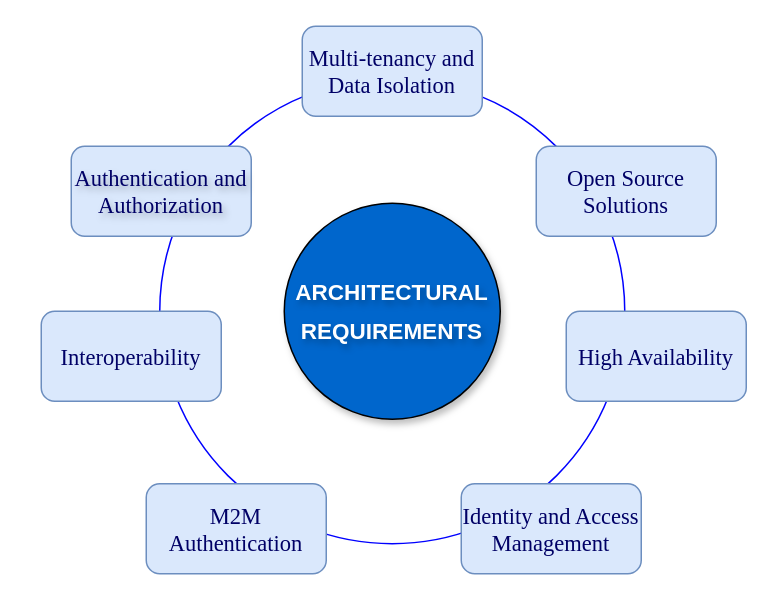
Before: images/requirements.drawio in davidespada99/Master-Thesis, a draw.io diagram. Source tidied: cells renumbered, new cells numbered last; positions are measured from the earlier drawing's top-left corner, leaving out a move shared by most shapes. Both pictures are drawn from the tidied source at 150%, with x=0, y=0 at pixel (40, 26).
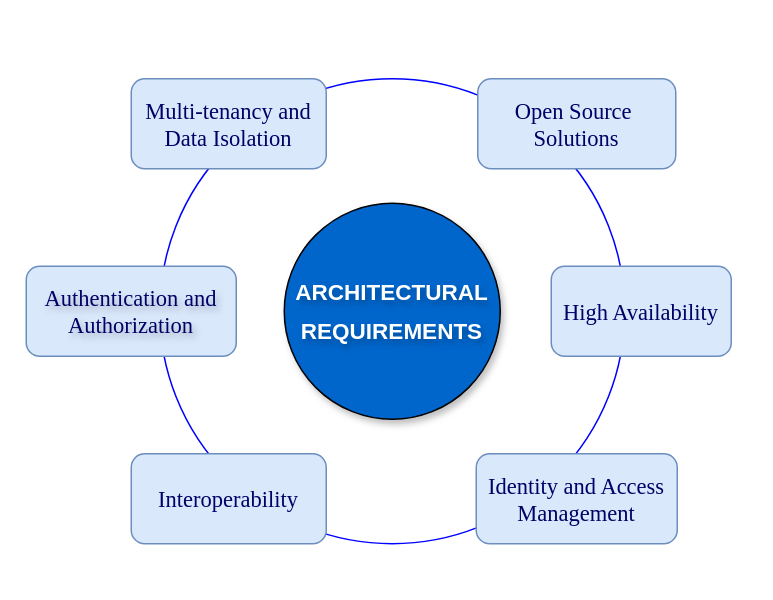
The same diagram, later.

Change to the diagram source:
```diff
@@
 <mxGraphModel>
   <root>
     <mxCell id="0" />
     <mxCell id="1" parent="0" />
     <mxCell id="2" style="ellipse;whiteSpace=wrap;html=1;strokeColor=#0000FF;" parent="1" vertex="1">
       <mxGeometry x="79" y="35" width="310" height="310" as="geometry" />
     </mxCell>
     <mxCell id="3" value="&lt;font face=&quot;EB Garamond&quot; style=&quot;color: rgb(255, 255, 255); font-size: 15px;&quot;&gt;&lt;b style=&quot;line-height: 170%;&quot;&gt;ARCHITECTURAL REQUIREMENTS&lt;/b&gt;&lt;/font&gt;" style="ellipse;whiteSpace=wrap;html=1;fillColor=light-dark(#0066CC,#EDEDED);shadow=1;labelBackgroundColor=none;labelBorderColor=none;textShadow=1;" parent="1" vertex="1">
       <mxGeometry x="162" y="118" width="144" height="144" as="geometry" />
     </mxCell>
     <mxCell id="4" value="Authentication and Authorization" style="rounded=1;whiteSpace=wrap;html=1;labelBorderColor=none;textShadow=1;fillColor=#dae8fc;strokeColor=#6c8ebf;align=center;verticalAlign=middle;fontFamily=Times New Roman;fontSize=15;fontColor=#000066;" parent="1" vertex="1">
-      <mxGeometry x="20" y="80" width="120" height="60" as="geometry" />
+      <mxGeometry x="-10" y="160" width="140" height="60" as="geometry" />
     </mxCell>
     <mxCell id="5" value="&lt;span&gt;&lt;font style=&quot;&quot;&gt;Multi-tenancy and Data Isolation&lt;/font&gt;&lt;/span&gt;" style="rounded=1;whiteSpace=wrap;html=1;strokeColor=#6c8ebf;align=center;verticalAlign=middle;fontFamily=Times New Roman;fontSize=15;fontColor=#000066;labelBorderColor=none;fillColor=#dae8fc;" parent="1" vertex="1">
-      <mxGeometry x="174" width="120" height="60" as="geometry" />
+      <mxGeometry x="60" y="35" width="130" height="60" as="geometry" />
     </mxCell>
     <mxCell id="6" value="High Availability" style="rounded=1;whiteSpace=wrap;html=1;strokeColor=#6c8ebf;align=center;verticalAlign=middle;fontFamily=Times New Roman;fontSize=15;fontColor=#000066;labelBorderColor=none;fillColor=#dae8fc;" parent="1" vertex="1">
-      <mxGeometry x="350" y="190" width="120" height="60" as="geometry" />
+      <mxGeometry x="340" y="160" width="120" height="60" as="geometry" />
     </mxCell>
-    <mxCell id="7" value="Identity and Access Management" style="rounded=1;whiteSpace=wrap;html=1;strokeColor=#6c8ebf;align=center;verticalAlign=middle;fontFamily=Times New Roman;fontSize=15;fontColor=#000066;labelBorderColor=none;fillColor=#dae8fc;" parent="1" vertex="1">
-      <mxGeometry x="280" y="305" width="120" height="60" as="geometry" />
+    <mxCell id="7" value="Identity and Access Management" style="rounded=1;whiteSpace=wrap;html=1;strokeColor=#6c8ebf;align=center;verticalAlign=middle;fontFamily=Times New Roman;fontSize=15;fontColor=#000066;labelBorderColor=none;fillColor=#dae8fc;spacing=8;" parent="1" vertex="1">
+      <mxGeometry x="290" y="285" width="134" height="60" as="geometry" />
     </mxCell>
-    <mxCell id="8" value="M2M Authentication" style="rounded=1;whiteSpace=wrap;html=1;strokeColor=#6c8ebf;align=center;verticalAlign=middle;fontFamily=Times New Roman;fontSize=15;fontColor=#000066;labelBorderColor=none;fillColor=#dae8fc;" parent="1" vertex="1">
-      <mxGeometry x="70" y="305" width="120" height="60" as="geometry" />
-    </mxCell>
     <mxCell id="9" value="Interoperability" style="rounded=1;whiteSpace=wrap;html=1;strokeColor=#6c8ebf;align=center;verticalAlign=middle;fontFamily=Times New Roman;fontSize=15;fontColor=#000066;labelBorderColor=none;fillColor=#dae8fc;" parent="1" vertex="1">
-      <mxGeometry y="190" width="120" height="60" as="geometry" />
+      <mxGeometry x="60" y="285" width="130" height="60" as="geometry" />
     </mxCell>
-    <mxCell id="10" value="&lt;font&gt;Open Source&lt;br&gt;Solutions&lt;/font&gt;" style="rounded=1;whiteSpace=wrap;html=1;strokeColor=#6c8ebf;align=center;verticalAlign=middle;fontFamily=Times New Roman;fontSize=15;fontColor=#000066;labelBorderColor=none;fillColor=#dae8fc;" parent="1" vertex="1">
-      <mxGeometry x="330" y="80" width="120" height="60" as="geometry" />
+    <mxCell id="10" value="&lt;font&gt;Open Source&amp;nbsp;&lt;/font&gt;&lt;div&gt;&lt;font&gt;Solutions&lt;/font&gt;&lt;/div&gt;" style="rounded=1;whiteSpace=wrap;html=1;strokeColor=#6c8ebf;align=center;verticalAlign=middle;fontFamily=Times New Roman;fontSize=15;fontColor=#000066;labelBorderColor=none;fillColor=#dae8fc;spacing=-2;" parent="1" vertex="1">
+      <mxGeometry x="291" y="35" width="132" height="60" as="geometry" />
     </mxCell>
     <mxCell id="11" style="edgeStyle=none;curved=1;rounded=0;orthogonalLoop=1;jettySize=auto;html=1;exitX=0.5;exitY=1;exitDx=0;exitDy=0;fontSize=12;startSize=8;endSize=8;" parent="1" edge="1" source="6" target="6">
       <mxGeometry relative="1" as="geometry" />
     </mxCell>
   </root>
 </mxGraphModel>
```
